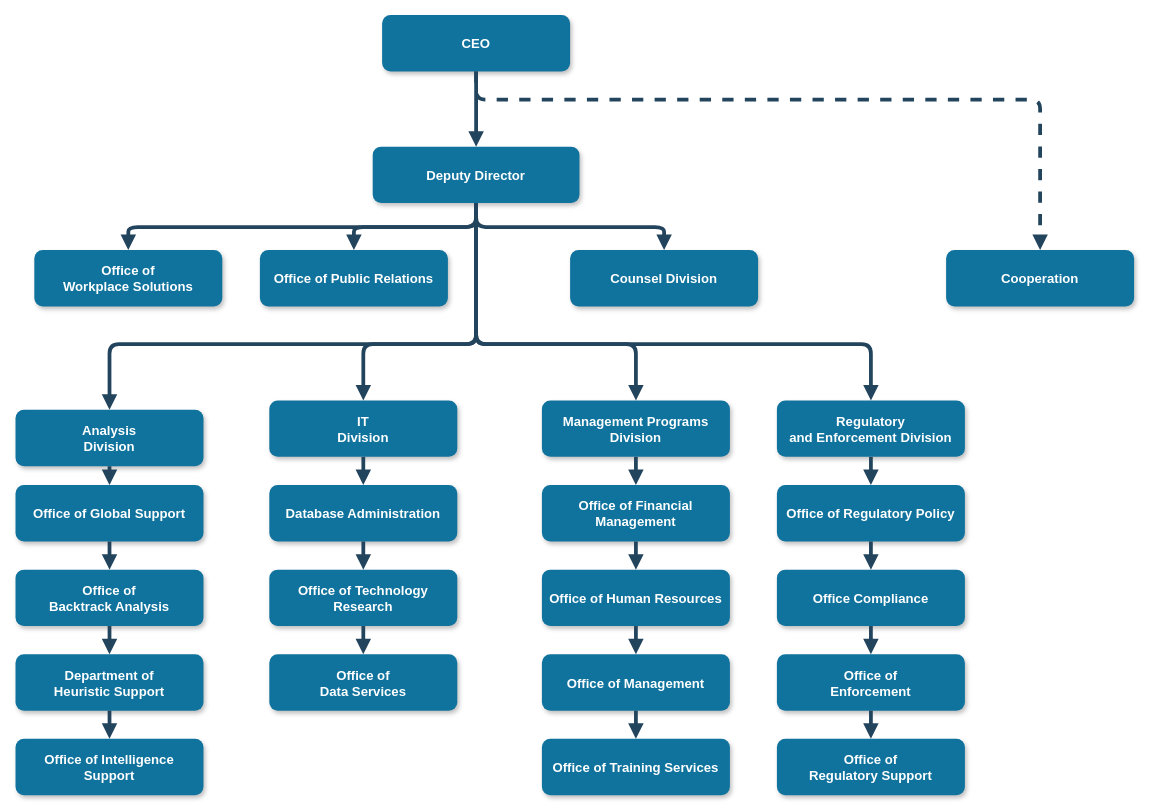
Before: Unbenanntes Diagramm.drawio in Andres1984/Andres.github.io, a draw.io diagram. Source tidied: cells renumbered, new cells numbered last; positions are measured from the earlier drawing's top-left corner, leaving out a move shared by most shapes. Both pictures are drawn from the tidied source at 94%, with x=0, y=0 at pixel (15, 15).
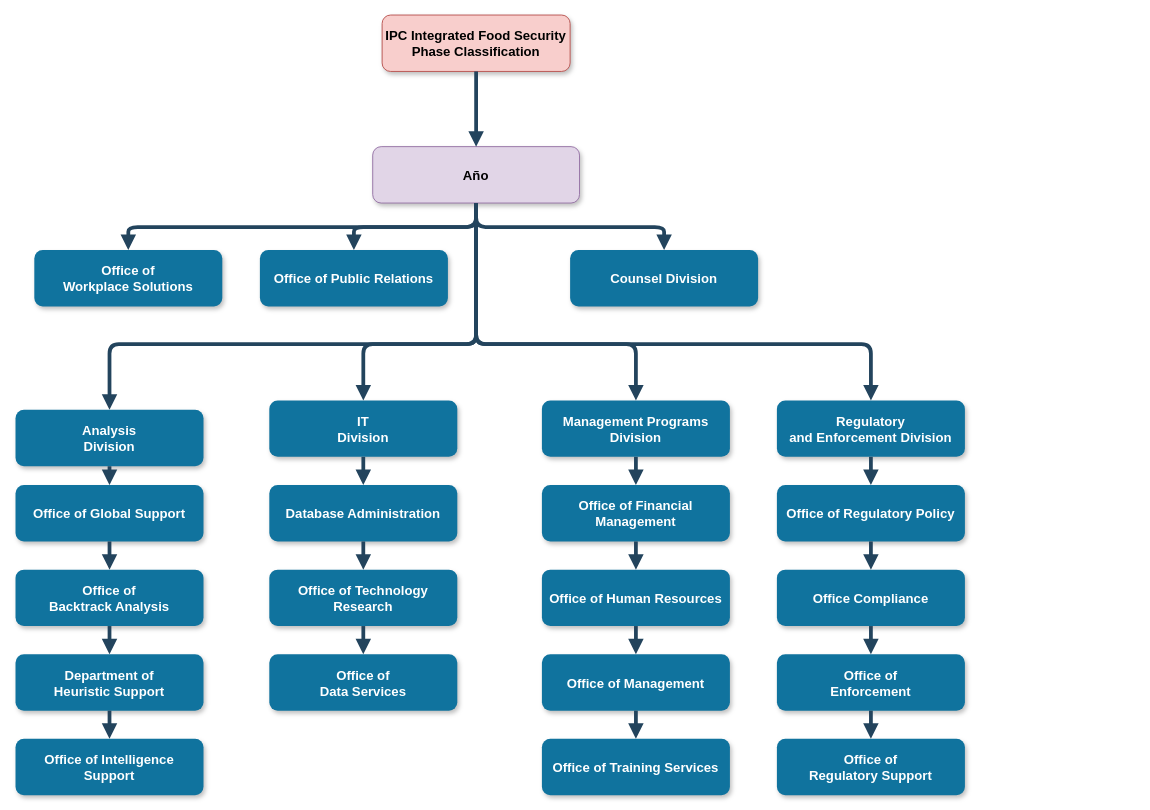
After the change.

Diff of the diagram source:
```diff
@@
-    <mxCell id="2" value="CEO" style="rounded=1;fillColor=#10739E;strokeColor=none;shadow=1;gradientColor=none;fontStyle=1;fontColor=#FFFFFF;fontSize=14;" parent="1" vertex="1">
+    <mxCell id="2" value="IPC Integrated Food Security &#10;Phase Classification" style="rounded=1;fillColor=#f8cecc;strokeColor=#b85450;shadow=1;fontStyle=1;fontSize=14;" parent="1" vertex="1">
       <mxGeometry x="390" y="-0.5" width="200" height="60" as="geometry" />
     </mxCell>
-    <mxCell id="3" value="Deputy Director" style="rounded=1;fillColor=#10739E;strokeColor=none;shadow=1;gradientColor=none;fontStyle=1;fontColor=#FFFFFF;fontSize=14;" parent="1" vertex="1">
+    <mxCell id="3" value="Año" style="rounded=1;fillColor=#e1d5e7;strokeColor=#9673a6;shadow=1;fontStyle=1;fontSize=14;" parent="1" vertex="1">
       <mxGeometry x="380" y="139.5" width="220" height="60" as="geometry" />
     </mxCell>
@@
-    <mxCell id="7" value="Cooperation" style="rounded=1;fillColor=#10739E;strokeColor=none;shadow=1;gradientColor=none;fontStyle=1;fontColor=#FFFFFF;fontSize=14;" parent="1" vertex="1">
-      <mxGeometry x="990" y="249.5" width="200" height="60" as="geometry" />
-    </mxCell>
@@
-    <mxCell id="31" style="edgeStyle=elbowEdgeStyle;elbow=vertical;strokeWidth=4;endArrow=block;endFill=1;fontStyle=1;dashed=1;strokeColor=#23445D;" parent="1" edge="1" source="2" target="7">
-      <mxGeometry x="22" y="165.5" as="geometry">
-        <Array as="points">
-          <mxPoint x="780" y="89.5" />
-        </Array>
-      </mxGeometry>
-    </mxCell>
```
